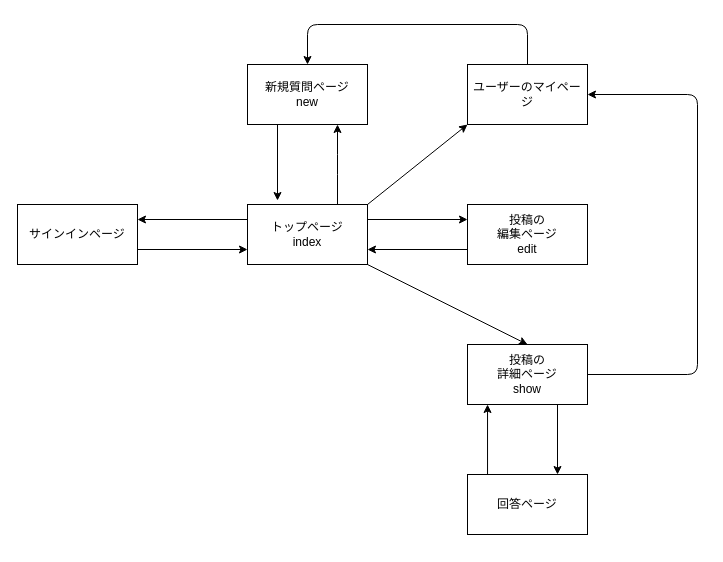
iwaikousuke/fes keeps this draw.io diagram as page "ページ2" (2 of 2) of test.drawio. Above is the earlier version. Source tidied: cells renumbered, new cells numbered last; positions are measured from the earlier drawing's top-left corner, leaving out a move shared by most shapes. Both pictures are drawn from the tidied source at 100%, with x=0, y=0 at pixel (17, 24).
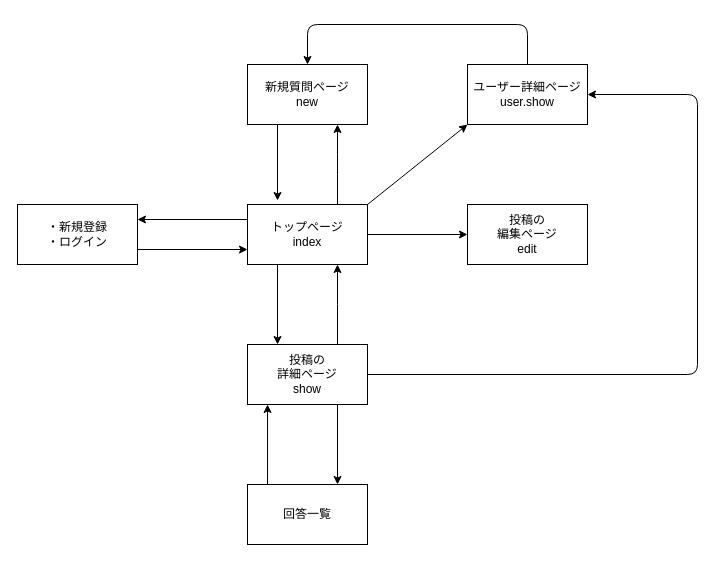
Above is the later version.

The change refers to these unchanged cells:
```xml
<mxCell id="2" value="トップページ&lt;br&gt;index" style="rounded=0;whiteSpace=wrap;html=1;" parent="1" vertex="1">
  <mxGeometry x="230" y="180" width="120" height="60" as="geometry" />
</mxCell>
<mxCell id="5" value="投稿の&lt;br&gt;編集ページ&lt;br&gt;edit" style="rounded=0;whiteSpace=wrap;html=1;" parent="1" vertex="1">
  <mxGeometry x="450" y="180" width="120" height="60" as="geometry" />
</mxCell>
```

Diff of the diagram source:
```diff
@@
+    <mxCell id="14" style="edgeStyle=orthogonalEdgeStyle;rounded=0;jettySize=auto;html=1;exitX=0.25;exitY=1;exitDx=0;exitDy=0;entryX=0.25;entryY=0;entryDx=0;entryDy=0;" parent="1" edge="1" source="2" target="6">
+      <mxGeometry relative="1" as="geometry" />
+    </mxCell>
@@
-    <mxCell id="4" value="サインインページ" style="rounded=0;whiteSpace=wrap;html=1;" parent="1" vertex="1">
+    <mxCell id="4" value="・新規登録&lt;br&gt;・ログイン" style="rounded=0;whiteSpace=wrap;html=1;" parent="1" vertex="1">
       <mxGeometry y="180" width="120" height="60" as="geometry" />
     </mxCell>
@@
+    <mxCell id="21" style="edgeStyle=orthogonalEdgeStyle;rounded=0;jettySize=auto;html=1;entryX=0.75;entryY=1;entryDx=0;entryDy=0;exitX=0.75;exitY=0;exitDx=0;exitDy=0;" parent="1" edge="1" source="6" target="2">
+      <mxGeometry relative="1" as="geometry">
+        <Array as="points">
+          <mxPoint x="320" y="280" />
+          <mxPoint x="320" y="280" />
+        </Array>
+      </mxGeometry>
+    </mxCell>
     <mxCell id="6" value="投稿の&lt;br&gt;詳細ページ&lt;br&gt;show" style="rounded=0;whiteSpace=wrap;html=1;" parent="1" vertex="1">
-      <mxGeometry x="450" y="320" width="120" height="60" as="geometry" />
+      <mxGeometry x="230" y="320" width="120" height="60" as="geometry" />
     </mxCell>
-    <mxCell id="7" value="回答ページ" style="rounded=0;whiteSpace=wrap;html=1;" parent="1" vertex="1">
-      <mxGeometry x="450" y="450" width="120" height="60" as="geometry" />
+    <mxCell id="7" value="回答一覧" style="rounded=0;whiteSpace=wrap;html=1;" parent="1" vertex="1">
+      <mxGeometry x="230" y="460" width="120" height="60" as="geometry" />
     </mxCell>
@@
-    <mxCell id="12" style="endArrow=classic;html=1;entryX=0;entryY=0.25;entryDx=0;entryDy=0;exitX=1;exitY=0.25;exitDx=0;exitDy=0;" parent="1" edge="1" source="2" target="5">
+    <mxCell id="12" style="endArrow=classic;html=1;entryX=0;entryY=0.5;entryDx=0;entryDy=0;exitX=1;exitY=0.5;exitDx=0;exitDy=0;" parent="1" edge="1" source="2" target="5">
       <mxGeometry relative="1" as="geometry" />
     </mxCell>
-    <mxCell id="13" style="endArrow=classic;html=1;entryX=1;entryY=0.75;entryDx=0;entryDy=0;exitX=0;exitY=0.75;exitDx=0;exitDy=0;" parent="1" edge="1" source="5" target="2">
-      <mxGeometry relative="1" as="geometry" />
-    </mxCell>
-    <mxCell id="14" style="endArrow=classic;html=1;entryX=0.5;entryY=0;entryDx=0;entryDy=0;exitX=1;exitY=1;exitDx=0;exitDy=0;" parent="1" edge="1" source="2" target="6">
-      <mxGeometry relative="1" as="geometry" />
-    </mxCell>
-    <mxCell id="15" value="ユーザーのマイページ" style="rounded=0;whiteSpace=wrap;html=1;" parent="1" vertex="1">
+    <mxCell id="15" value="ユーザー詳細ページ&lt;br&gt;user.show&lt;br&gt;" style="rounded=0;whiteSpace=wrap;html=1;" parent="1" vertex="1">
       <mxGeometry x="450" y="40" width="120" height="60" as="geometry" />
     </mxCell>
```
